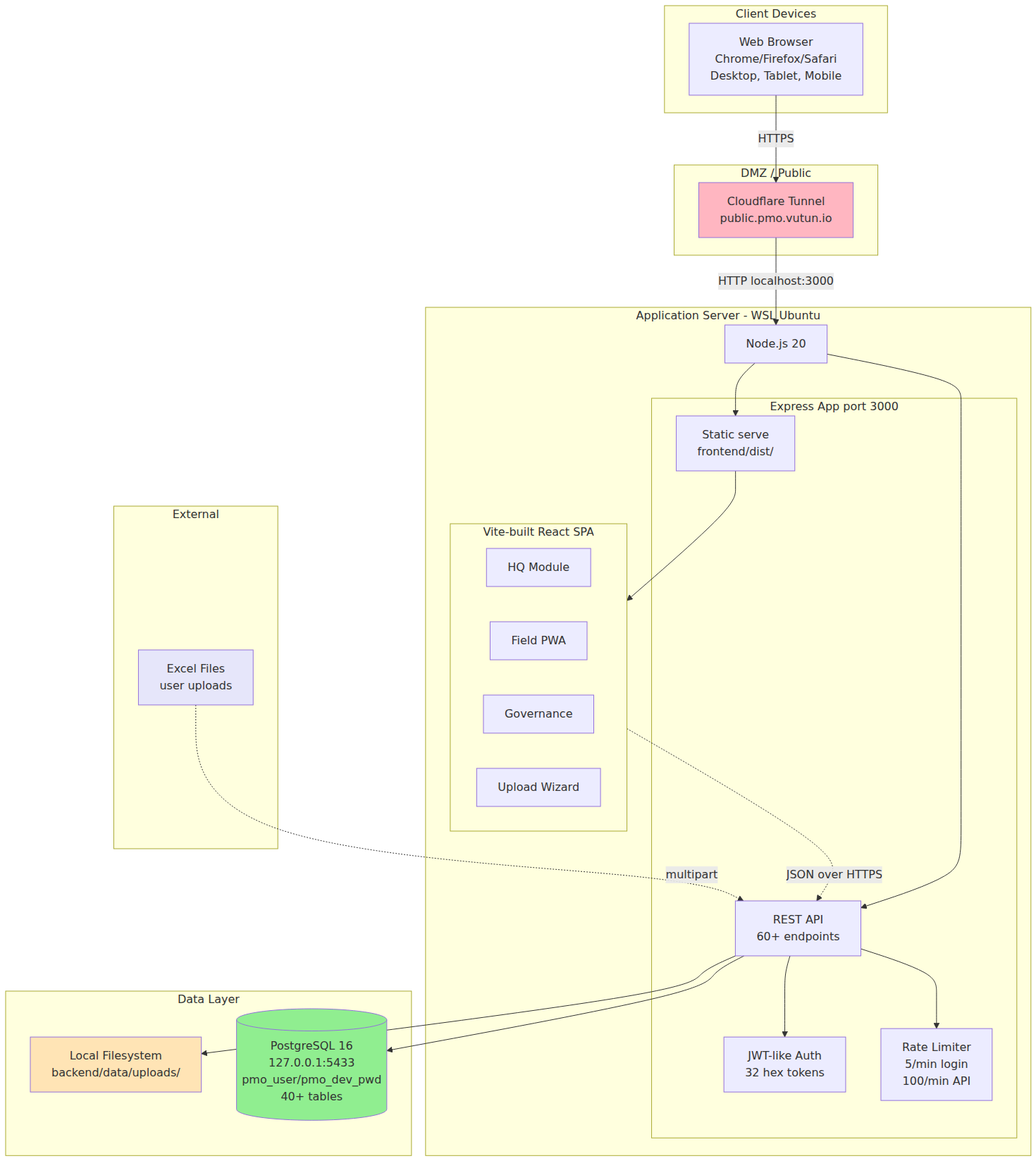
Before: docs/srs/08_deployment.png, a diagram exported from Mermaid (TungLinhh/pmo-project). Its source is kept beside it as docs/srs/08_deployment.mmd. Source of this version:
```mermaid
flowchart TB
  subgraph Client [Client Devices]
    WB[Web Browser<br/>Chrome/Firefox/Safari<br/>Desktop, Tablet, Mobile]
  end

  subgraph DMZ [DMZ / Public]
    CF[Cloudflare Tunnel<br/>public.pmo.vutun.io]
  end

  subgraph Server [Application Server - WSL Ubuntu]
    N[Node.js 20]
    subgraph App [Express App port 3000]
      API[REST API<br/>60+ endpoints]
      STATIC[Static serve<br/>frontend/dist/]
      RL[Rate Limiter<br/>5/min login<br/>100/min API]
      AUTH[JWT-like Auth<br/>32 hex tokens]
    end
    subgraph Frontend [Vite-built React SPA]
      HQ[HQ Module]
      FL[Field PWA]
      GV[Governance]
      WIZ[Upload Wizard]
    end
  end

  subgraph Data [Data Layer]
    PG[(PostgreSQL 16<br/>127.0.0.1:5433<br/>pmo_user/pmo_dev_pwd<br/>40+ tables)]
    FS[Local Filesystem<br/>backend/data/uploads/]
  end

  subgraph External [External]
    EXCEL[Excel Files<br/>user uploads]
  end

  WB -->|HTTPS| CF
  CF -->|HTTP localhost:3000| N
  N --> API
  N --> STATIC
  API --> RL
  API --> AUTH
  API --> PG
  API --> FS
  STATIC --> Frontend
  EXCEL -.->|multipart| API
  Frontend -.->|JSON over HTTPS| API

  style CF fill:#FFB6C1
  style PG fill:#90EE90
  style FS fill:#FFE4B5
  style EXCEL fill:#E6E6FA
```
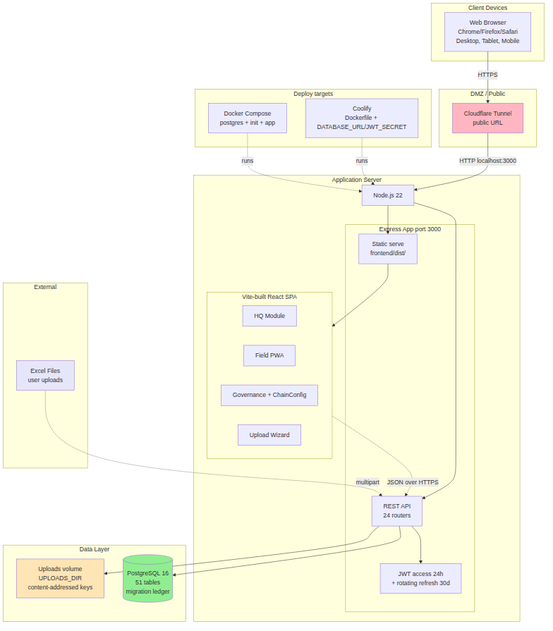
Above is the later version.

What changed in the source:
```diff
@@ -4,28 +4,32 @@
   end
 
   subgraph DMZ [DMZ / Public]
-    CF[Cloudflare Tunnel<br/>public.pmo.vutun.io]
+    CF[Cloudflare Tunnel<br/>public URL]
   end
 
-  subgraph Server [Application Server - WSL Ubuntu]
-    N[Node.js 20]
+  subgraph Server [Application Server]
+    N[Node.js 22]
     subgraph App [Express App port 3000]
-      API[REST API<br/>60+ endpoints]
+      API[REST API<br/>24 routers]
       STATIC[Static serve<br/>frontend/dist/]
-      RL[Rate Limiter<br/>5/min login<br/>100/min API]
-      AUTH[JWT-like Auth<br/>32 hex tokens]
+      AUTH[JWT access 24h<br/>+ rotating refresh 30d]
     end
     subgraph Frontend [Vite-built React SPA]
       HQ[HQ Module]
       FL[Field PWA]
-      GV[Governance]
+      GV[Governance + ChainConfig]
       WIZ[Upload Wizard]
     end
   end
 
   subgraph Data [Data Layer]
-    PG[(PostgreSQL 16<br/>127.0.0.1:5433<br/>pmo_user/pmo_dev_pwd<br/>40+ tables)]
-    FS[Local Filesystem<br/>backend/data/uploads/]
+    PG[(PostgreSQL 16<br/>51 tables<br/>migration ledger)]
+    FS[Uploads volume<br/>UPLOADS_DIR<br/>content-addressed keys]
+  end
+
+  subgraph Deploy [Deploy targets]
+    DC[Docker Compose<br/>postgres + init + app]
+    CO[Coolify<br/>Dockerfile + DATABASE_URL/JWT_SECRET]
   end
 
   subgraph External [External]
@@ -36,13 +40,14 @@
   CF -->|HTTP localhost:3000| N
   N --> API
   N --> STATIC
-  API --> RL
   API --> AUTH
   API --> PG
   API --> FS
   STATIC --> Frontend
   EXCEL -.->|multipart| API
   Frontend -.->|JSON over HTTPS| API
+  DC -.->|runs| N
+  CO -.->|runs| N
 
   style CF fill:#FFB6C1
   style PG fill:#90EE90
```
